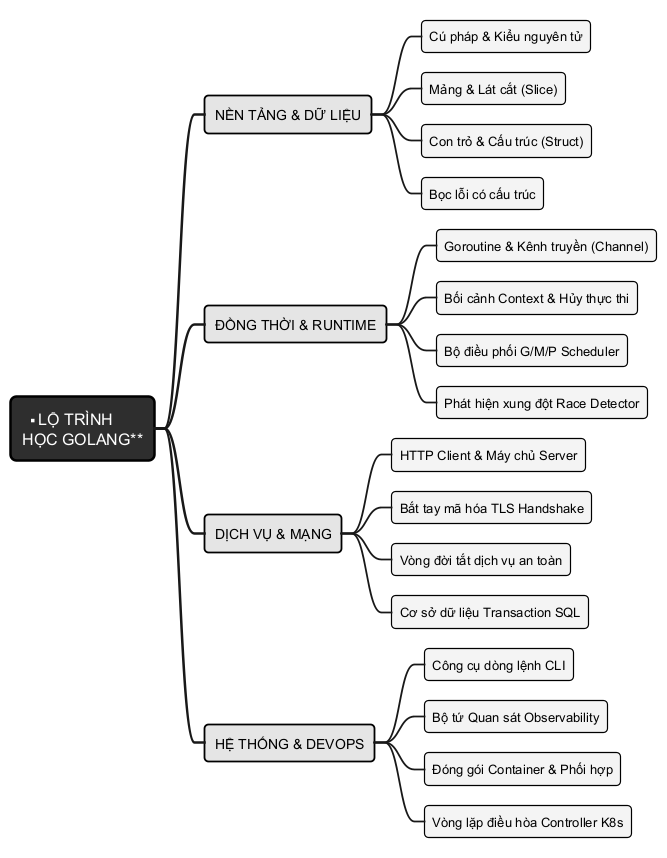
Earlier version of the PlantUML export assets/diagrams/learning-path.png (Minhlike/Golang).
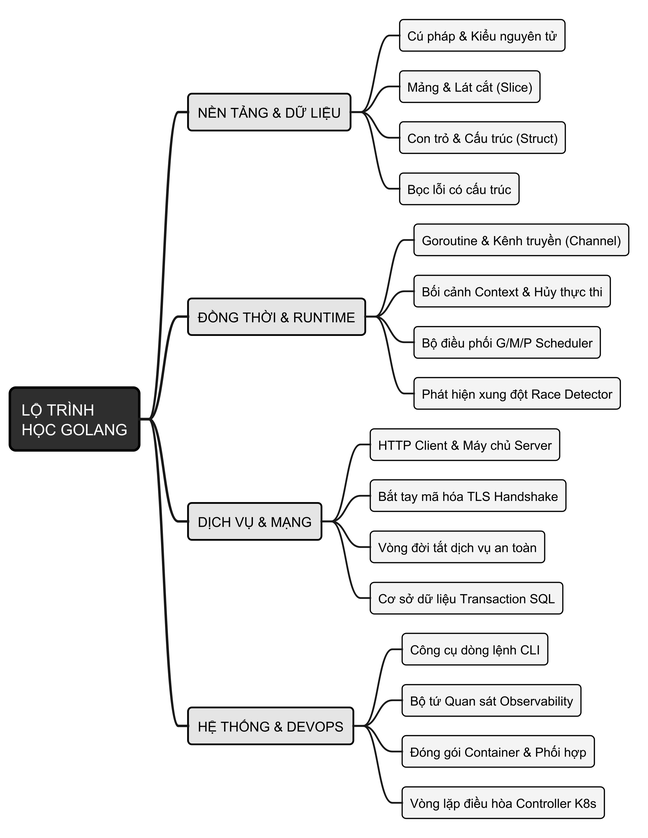
Above is the later version.

Change to the diagram source:
```diff
@@ -1,4 +1,5 @@
 @startmindmap
+skinparamlocked dpi 300
 skinparam backgroundColor white
 skinparam defaultFontName "Source Sans 3"
 skinparam defaultFontSize 14
@@ -31,7 +32,7 @@
   }
 }
 </style>
-* **LỘ TRÌNH\nHỌC GOLANG**
+* LỘ TRÌNH\nHỌC GOLANG
 ** NỀN TẢNG & DỮ LIỆU
 *** Cú pháp & Kiểu nguyên tử
 *** Mảng & Lát cắt (Slice)
```
